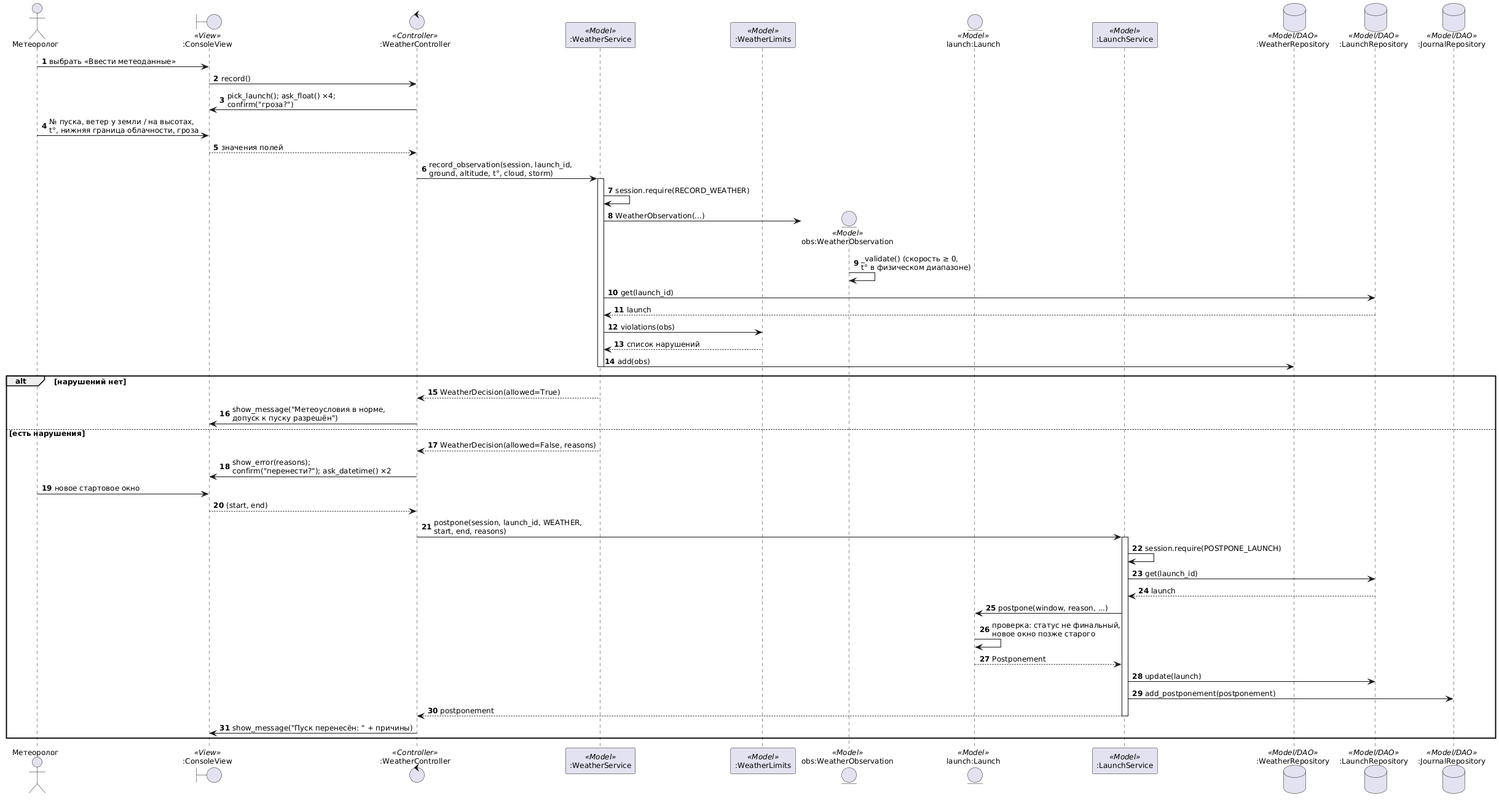
The PlantUML diagram docs/diagrams/uml/seq_weather_check.png in r3DBAD/SpaceCenter, before a commit.
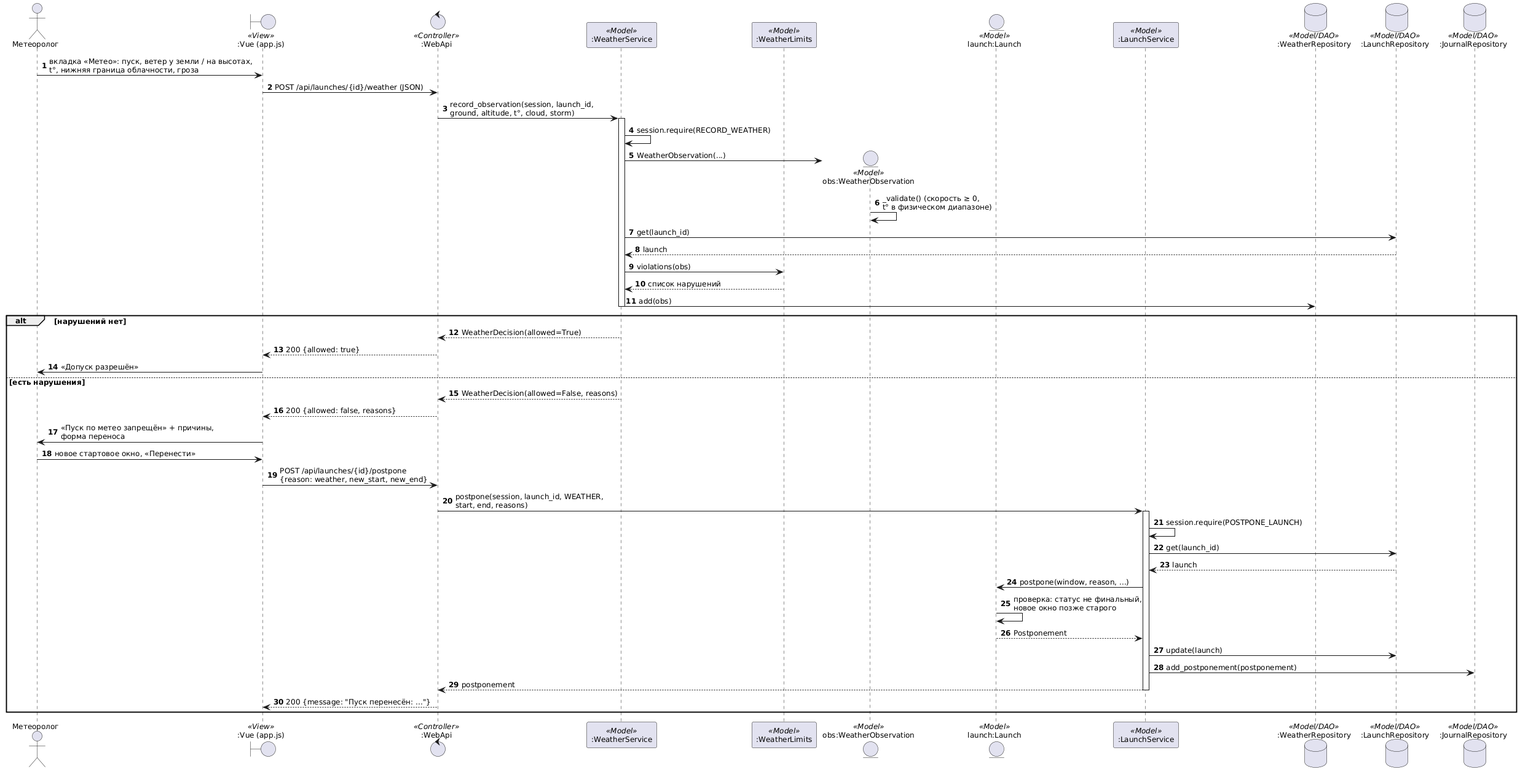
Later version of the same file.

What changed in the source:
```diff
@@ -6,8 +6,8 @@
 autonumber
 
 actor "Метеоролог" as U
-boundary ":ConsoleView" as V <<View>>
-control ":WeatherController" as C <<Controller>>
+boundary ":Vue (app.js)" as V <<View>>
+control ":WebApi" as C <<Controller>>
 participant ":WeatherService" as S <<Model>>
 participant ":WeatherLimits" as Lim <<Model>>
 entity "obs:WeatherObservation" as O <<Model>>
@@ -17,11 +17,8 @@
 database ":LaunchRepository" as LR <<Model/DAO>>
 database ":JournalRepository" as JR <<Model/DAO>>
 
-U -> V : выбрать «Ввести метеоданные»
-V -> C : record()
-C -> V : pick_launch(); ask_float() ×4;\nconfirm("гроза?")
-U -> V : № пуска, ветер у земли / на высотах,\nt°, нижняя граница облачности, гроза
-V --> C : значения полей
+U -> V : вкладка «Метео»: пуск, ветер у земли / на высотах,\nt°, нижняя граница облачности, гроза
+V -> C : POST /api/launches/{id}/weather (JSON)
 
 C -> S : record_observation(session, launch_id,\nground, altitude, t°, cloud, storm)
 activate S
@@ -37,12 +34,14 @@
 deactivate S
 alt нарушений нет
   S --> C : WeatherDecision(allowed=True)
-  C -> V : show_message("Метеоусловия в норме,\nдопуск к пуску разрешён")
+  C --> V : 200 {allowed: true}
+  V -> U : «Допуск разрешён»
 else есть нарушения
   S --> C : WeatherDecision(allowed=False, reasons)
-  C -> V : show_error(reasons);\nconfirm("перенести?"); ask_datetime() ×2
-  U -> V : новое стартовое окно
-  V --> C : (start, end)
+  C --> V : 200 {allowed: false, reasons}
+  V -> U : «Пуск по метео запрещён» + причины,\nформа переноса
+  U -> V : новое стартовое окно, «Перенести»
+  V -> C : POST /api/launches/{id}/postpone\n{reason: weather, new_start, new_end}
   C -> LS : postpone(session, launch_id, WEATHER,\nstart, end, reasons)
   activate LS
   LS -> LS : session.require(POSTPONE_LAUNCH)
@@ -55,6 +54,6 @@
   LS -> JR : add_postponement(postponement)
   LS --> C : postponement
   deactivate LS
-  C -> V : show_message("Пуск перенесён: " + причины)
+  C --> V : 200 {message: "Пуск перенесён: …"}
 end
 @enduml
```
